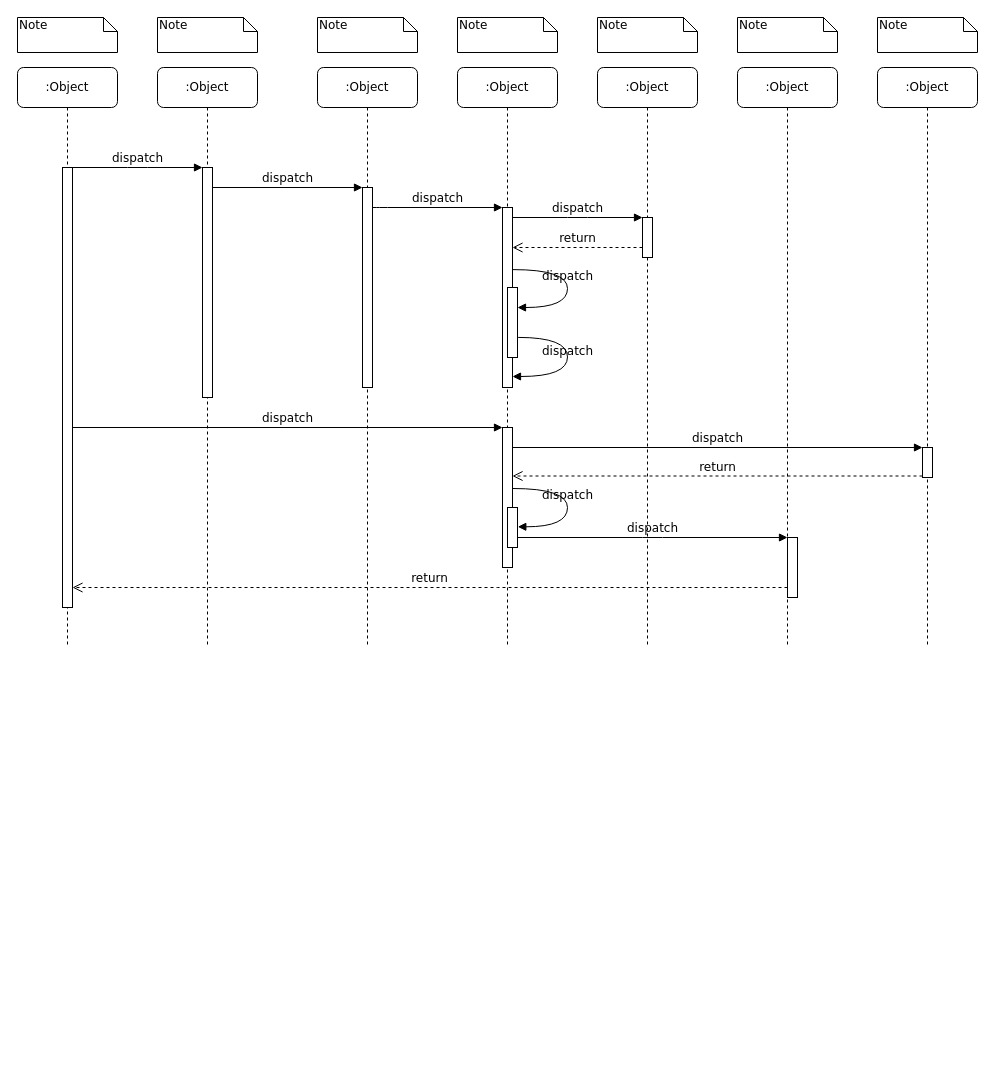
Before: sequence_chart.drawio in bincute/iAmReadingBook, a draw.io diagram. Source tidied: cells renumbered, new cells numbered last; positions are measured from the earlier drawing's top-left corner, leaving out a move shared by most shapes. Both pictures are drawn from the tidied source at 100%, with x=0, y=0 at pixel (17, 17).
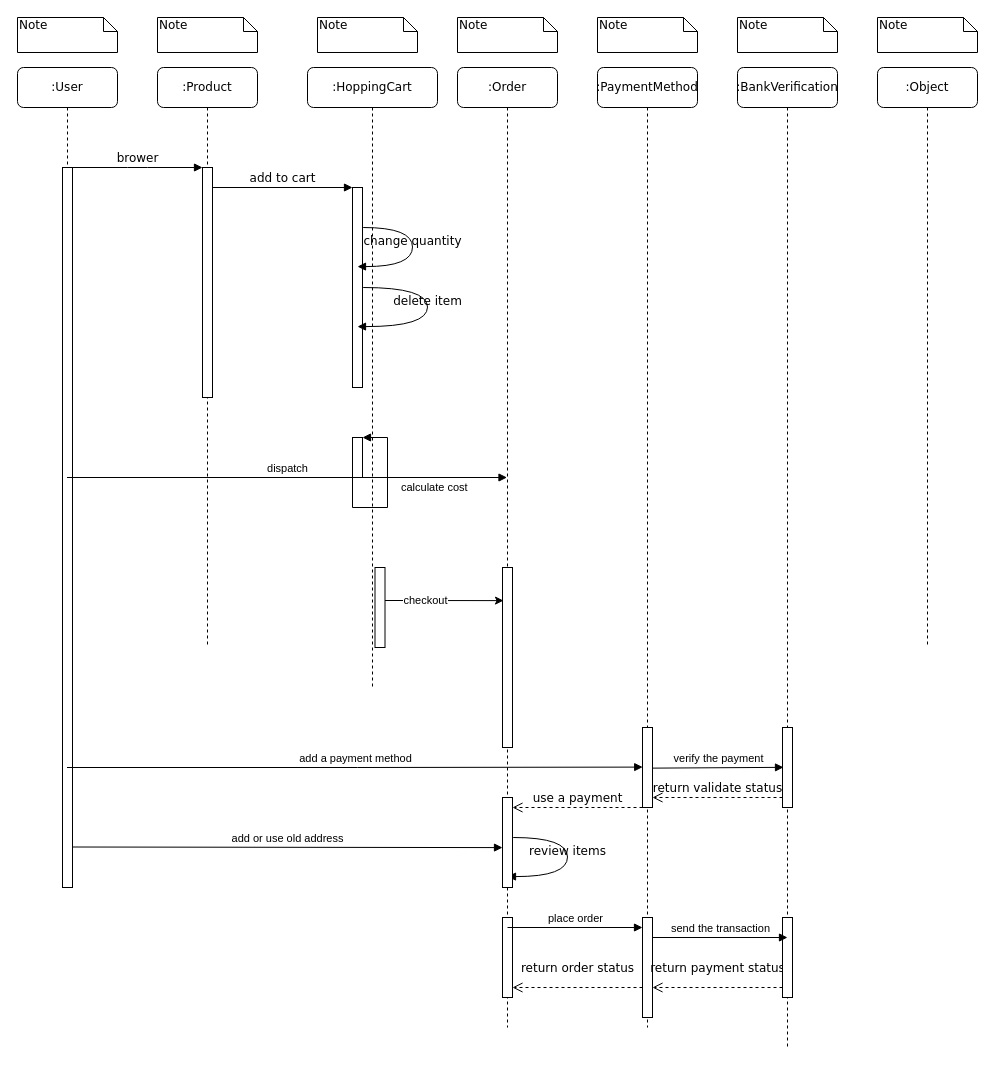
After the change.

The change refers to these unchanged cells:
```xml
<mxCell id="3" style="html=1;points=[];perimeter=orthogonalPerimeter;rounded=0;shadow=0;comic=0;labelBackgroundColor=none;strokeWidth=1;fontFamily=Verdana;fontSize=12;align=center;" parent="2" vertex="1">
  <mxGeometry x="45" y="100" width="10" height="230" as="geometry" />
</mxCell>
<mxCell id="5" style="html=1;points=[];perimeter=orthogonalPerimeter;rounded=0;shadow=0;comic=0;labelBackgroundColor=none;strokeWidth=1;fontFamily=Verdana;fontSize=12;align=center;" parent="4" vertex="1">
  <mxGeometry x="45" y="120" width="10" height="200" as="geometry" />
</mxCell>
```

Diff of the diagram source:
```diff
@@
-    <mxCell id="2" value=":Object" style="shape=umlLifeline;perimeter=lifelinePerimeter;whiteSpace=wrap;html=1;rounded=1;shadow=0;comic=0;labelBackgroundColor=none;strokeWidth=1;fontFamily=Verdana;fontSize=12;align=center;" parent="1" vertex="1">
+    <mxCell id="2" value=":Product" style="shape=umlLifeline;perimeter=lifelinePerimeter;whiteSpace=wrap;html=1;rounded=1;shadow=0;comic=0;labelBackgroundColor=none;strokeWidth=1;fontFamily=Verdana;fontSize=12;align=center;" parent="1" vertex="1">
       <mxGeometry x="140" y="50" width="100" height="580" as="geometry" />
     </mxCell>
@@
-    <mxCell id="4" value=":Object" style="shape=umlLifeline;perimeter=lifelinePerimeter;whiteSpace=wrap;html=1;rounded=1;shadow=0;comic=0;labelBackgroundColor=none;strokeWidth=1;fontFamily=Verdana;fontSize=12;align=center;" parent="1" vertex="1">
-      <mxGeometry x="300" y="50" width="100" height="580" as="geometry" />
+    <mxCell id="4" value=":HoppingCart&lt;br&gt;" style="shape=umlLifeline;perimeter=lifelinePerimeter;whiteSpace=wrap;html=1;rounded=1;shadow=0;comic=0;labelBackgroundColor=none;strokeWidth=1;fontFamily=Verdana;fontSize=12;align=center;" parent="1" vertex="1">
+      <mxGeometry x="290" y="50" width="130" height="620" as="geometry" />
     </mxCell>
@@
+    <mxCell id="39" style="html=1;points=[];perimeter=orthogonalPerimeter;" parent="4" vertex="1">
+      <mxGeometry x="45" y="370" width="10" height="40" as="geometry" />
+    </mxCell>
+    <mxCell id="40" value="calculate cost" style="edgeStyle=orthogonalEdgeStyle;html=1;align=left;spacingLeft=2;endArrow=block;rounded=0;" parent="4" edge="1" source="39" target="39">
+      <mxGeometry x="0.06" y="-10" relative="1" as="geometry">
+        <Array as="points">
+          <mxPoint x="45" y="440" />
+          <mxPoint x="80" y="440" />
+          <mxPoint x="80" y="370" />
+        </Array>
+      </mxGeometry>
+    </mxCell>
+    <mxCell id="41" value="delete item" style="html=1;verticalAlign=bottom;endArrow=block;labelBackgroundColor=none;fontFamily=Verdana;fontSize=12;elbow=vertical;edgeStyle=orthogonalEdgeStyle;curved=1;exitX=1.066;exitY=0.713;exitPerimeter=0;" parent="4" edge="1">
+      <mxGeometry relative="1" as="geometry">
+        <mxPoint x="55.7" y="220" as="sourcePoint" />
+        <mxPoint x="50" y="259.1" as="targetPoint" />
+        <Array as="points">
+          <mxPoint x="120" y="220" />
+          <mxPoint x="120" y="259" />
+        </Array>
+      </mxGeometry>
+    </mxCell>
+    <mxCell id="42" value="change quantity" style="html=1;verticalAlign=bottom;endArrow=block;labelBackgroundColor=none;fontFamily=Verdana;fontSize=12;elbow=vertical;edgeStyle=orthogonalEdgeStyle;curved=1;exitX=1.066;exitY=0.713;exitPerimeter=0;" parent="4" edge="1">
+      <mxGeometry relative="1" as="geometry">
+        <mxPoint x="55.7" y="160" as="sourcePoint" />
+        <mxPoint x="50" y="199.1" as="targetPoint" />
+        <Array as="points">
+          <mxPoint x="105" y="160.1" />
+          <mxPoint x="105" y="199.1" />
+        </Array>
+      </mxGeometry>
+    </mxCell>
+    <mxCell id="43" style="html=1;points=[];perimeter=orthogonalPerimeter;" parent="4" vertex="1">
+      <mxGeometry x="67.5" y="500" width="10" height="80" as="geometry" />
+    </mxCell>
-    <mxCell id="6" value=":Object" style="shape=umlLifeline;perimeter=lifelinePerimeter;whiteSpace=wrap;html=1;outlineConnect=0;rounded=1;shadow=0;comic=0;labelBackgroundColor=none;strokeWidth=1;fontFamily=Verdana;fontSize=12;align=center;" parent="1" vertex="1">
-      <mxGeometry x="440" y="50" width="100" height="580" as="geometry" />
+    <mxCell id="6" value=":Order" style="shape=umlLifeline;perimeter=lifelinePerimeter;whiteSpace=wrap;html=1;outlineConnect=0;rounded=1;shadow=0;comic=0;labelBackgroundColor=none;strokeWidth=1;fontFamily=Verdana;fontSize=12;align=center;" parent="1" vertex="1">
+      <mxGeometry x="440" y="50" width="100" height="960" as="geometry" />
     </mxCell>
+    <mxCell id="44" value="review items" style="html=1;verticalAlign=bottom;endArrow=block;labelBackgroundColor=none;fontFamily=Verdana;fontSize=12;elbow=vertical;edgeStyle=orthogonalEdgeStyle;curved=1;exitX=1.066;exitY=0.713;exitPerimeter=0;" parent="6" edge="1">
+      <mxGeometry relative="1" as="geometry">
+        <mxPoint x="55.7" y="770" as="sourcePoint" />
+        <mxPoint x="50" y="809.1" as="targetPoint" />
+        <Array as="points">
+          <mxPoint x="110" y="770" />
+          <mxPoint x="110" y="809" />
+        </Array>
+      </mxGeometry>
+    </mxCell>
+    <mxCell id="45" style="html=1;points=[];perimeter=orthogonalPerimeter;" parent="6" vertex="1">
+      <mxGeometry x="45" y="850" width="10" height="80" as="geometry" />
+    </mxCell>
-    <mxCell id="7" value=":Object" style="shape=umlLifeline;perimeter=lifelinePerimeter;whiteSpace=wrap;html=1;rounded=1;shadow=0;comic=0;labelBackgroundColor=none;strokeWidth=1;fontFamily=Verdana;fontSize=12;align=center;" parent="1" vertex="1">
-      <mxGeometry x="580" y="50" width="100" height="580" as="geometry" />
+    <mxCell id="7" value=":PaymentMethod" style="shape=umlLifeline;perimeter=lifelinePerimeter;whiteSpace=wrap;html=1;rounded=1;shadow=0;comic=0;labelBackgroundColor=none;strokeWidth=1;fontFamily=Verdana;fontSize=12;align=center;" parent="1" vertex="1">
+      <mxGeometry x="580" y="50" width="100" height="960" as="geometry" />
     </mxCell>
+    <mxCell id="46" style="html=1;points=[];perimeter=orthogonalPerimeter;" parent="7" vertex="1">
+      <mxGeometry x="45" y="850" width="10" height="100" as="geometry" />
+    </mxCell>
+    <mxCell id="47" style="html=1;points=[];perimeter=orthogonalPerimeter;" parent="7" vertex="1">
+      <mxGeometry x="45" y="660" width="10" height="80" as="geometry" />
+    </mxCell>
+    <mxCell id="48" value="return validate status" style="html=1;verticalAlign=bottom;endArrow=open;dashed=1;endSize=8;labelBackgroundColor=none;fontFamily=Verdana;fontSize=12;edgeStyle=elbowEdgeStyle;elbow=vertical;" parent="7" edge="1">
+      <mxGeometry relative="1" as="geometry">
+        <mxPoint x="185" y="730" as="sourcePoint" />
+        <mxPoint x="55" y="730" as="targetPoint" />
+        <Array as="points">
+          <mxPoint x="130" y="730" />
+          <mxPoint x="160" y="730" />
+        </Array>
+      </mxGeometry>
+    </mxCell>
+    <mxCell id="49" value="return payment status" style="html=1;verticalAlign=bottom;endArrow=open;dashed=1;endSize=8;labelBackgroundColor=none;fontFamily=Verdana;fontSize=12;edgeStyle=elbowEdgeStyle;elbow=vertical;" parent="7" edge="1">
+      <mxGeometry y="-10" relative="1" as="geometry">
+        <mxPoint x="185" y="920" as="sourcePoint" />
+        <mxPoint x="55" y="920" as="targetPoint" />
+        <Array as="points">
+          <mxPoint x="130" y="920" />
+          <mxPoint x="160" y="920" />
+        </Array>
+      </mxGeometry>
+    </mxCell>
-    <mxCell id="8" value=":Object" style="shape=umlLifeline;perimeter=lifelinePerimeter;whiteSpace=wrap;html=1;rounded=1;shadow=0;comic=0;labelBackgroundColor=none;strokeWidth=1;fontFamily=Verdana;fontSize=12;align=center;" parent="1" vertex="1">
-      <mxGeometry x="720" y="50" width="100" height="580" as="geometry" />
+    <mxCell id="8" value=":BankVerification" style="shape=umlLifeline;perimeter=lifelinePerimeter;whiteSpace=wrap;html=1;rounded=1;shadow=0;comic=0;labelBackgroundColor=none;strokeWidth=1;fontFamily=Verdana;fontSize=12;align=center;" parent="1" vertex="1">
+      <mxGeometry x="720" y="50" width="100" height="980" as="geometry" />
     </mxCell>
+    <mxCell id="50" style="html=1;points=[];perimeter=orthogonalPerimeter;" parent="8" vertex="1">
+      <mxGeometry x="45" y="660" width="10" height="80" as="geometry" />
+    </mxCell>
+    <mxCell id="51" style="html=1;points=[];perimeter=orthogonalPerimeter;" parent="8" vertex="1">
+      <mxGeometry x="45" y="850" width="10" height="80" as="geometry" />
+    </mxCell>
@@
-    <mxCell id="10" value=":Object" style="shape=umlLifeline;perimeter=lifelinePerimeter;whiteSpace=wrap;html=1;outlineConnect=0;rounded=1;shadow=0;comic=0;labelBackgroundColor=none;strokeWidth=1;fontFamily=Verdana;fontSize=12;align=center;" parent="1" vertex="1">
-      <mxGeometry y="50" width="100" height="580" as="geometry" />
+    <mxCell id="10" value=":User" style="shape=umlLifeline;perimeter=lifelinePerimeter;whiteSpace=wrap;html=1;outlineConnect=0;rounded=1;shadow=0;comic=0;labelBackgroundColor=none;strokeWidth=1;fontFamily=Verdana;fontSize=12;align=center;" parent="1" vertex="1">
+      <mxGeometry y="50" width="100" height="820" as="geometry" />
     </mxCell>
     <mxCell id="11" style="html=1;points=[];perimeter=orthogonalPerimeter;rounded=0;shadow=0;comic=0;labelBackgroundColor=none;strokeWidth=1;fontFamily=Verdana;fontSize=12;align=center;" parent="10" vertex="1">
-      <mxGeometry x="45" y="100" width="10" height="440" as="geometry" />
+      <mxGeometry x="45" y="100" width="10" height="720" as="geometry" />
     </mxCell>
     <mxCell id="12" style="html=1;points=[];perimeter=orthogonalPerimeter;rounded=0;shadow=0;comic=0;labelBackgroundColor=none;strokeWidth=1;fontFamily=Verdana;fontSize=12;align=center;" parent="1" vertex="1">
-      <mxGeometry x="485" y="190" width="10" height="180" as="geometry" />
+      <mxGeometry x="485" y="550" width="10" height="180" as="geometry" />
     </mxCell>
-    <mxCell id="13" value="dispatch" style="html=1;verticalAlign=bottom;endArrow=block;labelBackgroundColor=none;fontFamily=Verdana;fontSize=12;edgeStyle=elbowEdgeStyle;elbow=vertical;" parent="1" edge="1" source="5" target="12">
-      <mxGeometry relative="1" as="geometry">
-        <Array as="points">
-          <mxPoint x="360" y="190" />
-        </Array>
-      </mxGeometry>
-    </mxCell>
-    <mxCell id="14" style="html=1;points=[];perimeter=orthogonalPerimeter;rounded=0;shadow=0;comic=0;labelBackgroundColor=none;strokeWidth=1;fontFamily=Verdana;fontSize=12;align=center;" parent="1" vertex="1">
-      <mxGeometry x="625" y="200" width="10" height="40" as="geometry" />
-    </mxCell>
-    <mxCell id="15" value="dispatch" style="html=1;verticalAlign=bottom;endArrow=block;entryX=0;entryY=0;labelBackgroundColor=none;fontFamily=Verdana;fontSize=12;edgeStyle=elbowEdgeStyle;elbow=vertical;" parent="1" edge="1" source="12" target="14">
-      <mxGeometry relative="1" as="geometry" />
-    </mxCell>
-    <mxCell id="16" value="return" style="html=1;verticalAlign=bottom;endArrow=open;dashed=1;endSize=8;labelBackgroundColor=none;fontFamily=Verdana;fontSize=12;edgeStyle=elbowEdgeStyle;elbow=vertical;" parent="1" edge="1" source="14" target="12">
-      <mxGeometry relative="1" as="geometry">
-        <Array as="points">
-          <mxPoint x="570" y="230" />
-          <mxPoint x="600" y="230" />
-        </Array>
-      </mxGeometry>
-    </mxCell>
-    <mxCell id="17" style="html=1;points=[];perimeter=orthogonalPerimeter;rounded=0;shadow=0;comic=0;labelBackgroundColor=none;strokeWidth=1;fontFamily=Verdana;fontSize=12;align=center;" parent="1" vertex="1">
-      <mxGeometry x="485" y="410" width="10" height="140" as="geometry" />
-    </mxCell>
-    <mxCell id="18" value="dispatch" style="html=1;verticalAlign=bottom;endArrow=block;entryX=0;entryY=0;labelBackgroundColor=none;fontFamily=Verdana;fontSize=12;" parent="1" edge="1" source="11" target="17">
-      <mxGeometry relative="1" as="geometry" />
-    </mxCell>
-    <mxCell id="19" style="html=1;points=[];perimeter=orthogonalPerimeter;rounded=0;shadow=0;comic=0;labelBackgroundColor=none;strokeColor=#000000;strokeWidth=1;fillColor=#FFFFFF;fontFamily=Verdana;fontSize=12;fontColor=#000000;align=center;" parent="1" vertex="1">
-      <mxGeometry x="905" y="430" width="10" height="30" as="geometry" />
-    </mxCell>
-    <mxCell id="20" value="dispatch" style="html=1;verticalAlign=bottom;endArrow=block;entryX=0;entryY=0;labelBackgroundColor=none;fontFamily=Verdana;fontSize=12;" parent="1" edge="1" source="17" target="19">
-      <mxGeometry relative="1" as="geometry" />
-    </mxCell>
-    <mxCell id="21" value="return" style="html=1;verticalAlign=bottom;endArrow=open;dashed=1;endSize=8;exitX=0;exitY=0.95;labelBackgroundColor=none;fontFamily=Verdana;fontSize=12;" parent="1" edge="1" source="19" target="17">
-      <mxGeometry relative="1" as="geometry" />
-    </mxCell>
-    <mxCell id="22" style="html=1;points=[];perimeter=orthogonalPerimeter;rounded=0;shadow=0;comic=0;labelBackgroundColor=none;strokeWidth=1;fontFamily=Verdana;fontSize=12;align=center;" parent="1" vertex="1">
-      <mxGeometry x="770" y="520" width="10" height="60" as="geometry" />
-    </mxCell>
-    <mxCell id="23" value="dispatch" style="html=1;verticalAlign=bottom;endArrow=block;entryX=0;entryY=0;labelBackgroundColor=none;fontFamily=Verdana;fontSize=12;edgeStyle=elbowEdgeStyle;elbow=vertical;" parent="1" edge="1" source="30" target="22">
-      <mxGeometry relative="1" as="geometry" />
-    </mxCell>
-    <mxCell id="24" value="return" style="html=1;verticalAlign=bottom;endArrow=open;dashed=1;endSize=8;labelBackgroundColor=none;fontFamily=Verdana;fontSize=12;edgeStyle=elbowEdgeStyle;elbow=vertical;" parent="1" edge="1" source="22" target="11">
-      <mxGeometry relative="1" as="geometry">
-        <Array as="points">
-          <mxPoint x="470" y="570" />
-        </Array>
-      </mxGeometry>
-    </mxCell>
-    <mxCell id="25" value="dispatch" style="html=1;verticalAlign=bottom;endArrow=block;entryX=0;entryY=0;labelBackgroundColor=none;fontFamily=Verdana;fontSize=12;edgeStyle=elbowEdgeStyle;elbow=vertical;" parent="1" edge="1" source="11" target="3">
+    <mxCell id="25" value="brower" style="html=1;verticalAlign=bottom;endArrow=block;entryX=0;entryY=0;labelBackgroundColor=none;fontFamily=Verdana;fontSize=12;edgeStyle=elbowEdgeStyle;elbow=vertical;" parent="1" edge="1" source="11" target="3">
       <mxGeometry relative="1" as="geometry" />
     </mxCell>
-    <mxCell id="26" value="dispatch" style="html=1;verticalAlign=bottom;endArrow=block;entryX=0;entryY=0;labelBackgroundColor=none;fontFamily=Verdana;fontSize=12;edgeStyle=elbowEdgeStyle;elbow=vertical;" parent="1" edge="1" source="3" target="5">
+    <mxCell id="26" value="add to cart" style="html=1;verticalAlign=bottom;endArrow=block;entryX=0;entryY=0;labelBackgroundColor=none;fontFamily=Verdana;fontSize=12;edgeStyle=elbowEdgeStyle;elbow=vertical;" parent="1" edge="1" source="3" target="5">
       <mxGeometry relative="1" as="geometry" />
     </mxCell>
-    <mxCell id="27" style="html=1;points=[];perimeter=orthogonalPerimeter;rounded=0;shadow=0;comic=0;labelBackgroundColor=none;strokeWidth=1;fontFamily=Verdana;fontSize=12;align=center;" parent="1" vertex="1">
-      <mxGeometry x="490" y="270" width="10" height="70" as="geometry" />
-    </mxCell>
-    <mxCell id="28" value="dispatch" style="html=1;verticalAlign=bottom;endArrow=block;labelBackgroundColor=none;fontFamily=Verdana;fontSize=12;elbow=vertical;edgeStyle=orthogonalEdgeStyle;curved=1;entryX=1;entryY=0.286;entryPerimeter=0;exitX=1.038;exitY=0.345;exitPerimeter=0;" parent="1" edge="1" source="12" target="27">
-      <mxGeometry relative="1" as="geometry">
-        <Array as="points">
-          <mxPoint x="550" y="252" />
-          <mxPoint x="550" y="290" />
-        </Array>
-      </mxGeometry>
-    </mxCell>
-    <mxCell id="29" value="dispatch" style="html=1;verticalAlign=bottom;endArrow=block;labelBackgroundColor=none;fontFamily=Verdana;fontSize=12;elbow=vertical;edgeStyle=orthogonalEdgeStyle;curved=1;exitX=1.066;exitY=0.713;exitPerimeter=0;" parent="1" edge="1" source="27">
-      <mxGeometry relative="1" as="geometry">
-        <mxPoint x="495" y="359" as="targetPoint" />
-        <Array as="points">
-          <mxPoint x="550" y="320" />
-          <mxPoint x="550" y="359" />
-        </Array>
-      </mxGeometry>
-    </mxCell>
-    <mxCell id="30" style="html=1;points=[];perimeter=orthogonalPerimeter;rounded=0;shadow=0;comic=0;labelBackgroundColor=none;strokeWidth=1;fontFamily=Verdana;fontSize=12;align=center;" parent="1" vertex="1">
-      <mxGeometry x="490" y="490" width="10" height="40" as="geometry" />
-    </mxCell>
-    <mxCell id="31" value="dispatch" style="html=1;verticalAlign=bottom;endArrow=block;labelBackgroundColor=none;fontFamily=Verdana;fontSize=12;elbow=vertical;edgeStyle=orthogonalEdgeStyle;curved=1;entryX=1;entryY=0.286;entryPerimeter=0;exitX=1.038;exitY=0.345;exitPerimeter=0;" parent="1" edge="1">
-      <mxGeometry relative="1" as="geometry">
-        <mxPoint x="495.3" y="471" as="sourcePoint" />
-        <mxPoint x="500.3" y="509.3" as="targetPoint" />
-        <Array as="points">
-          <mxPoint x="550" y="471" />
-          <mxPoint x="550" y="509" />
-        </Array>
-      </mxGeometry>
-    </mxCell>
@@
+    <mxCell id="52" style="edgeStyle=orthogonalEdgeStyle;rounded=0;jettySize=auto;html=1;entryX=0.1;entryY=0.184;entryDx=0;entryDy=0;entryPerimeter=0;" parent="1" edge="1" source="43" target="12">
+      <mxGeometry relative="1" as="geometry">
+        <Array as="points">
+          <mxPoint x="400" y="583" />
+          <mxPoint x="400" y="583" />
+        </Array>
+      </mxGeometry>
+    </mxCell>
+    <mxCell id="53" value="checkout" style="edgeLabel;html=1;align=center;verticalAlign=middle;" parent="52" vertex="1">
+      <mxGeometry x="-0.33" y="1" relative="1" as="geometry" />
+    </mxCell>
+    <mxCell id="54" style="html=1;perimeter=orthogonalPerimeter;" parent="1" vertex="1">
+      <mxGeometry x="485" y="780" width="10" height="90" as="geometry" />
+    </mxCell>
+    <mxCell id="55" value="dispatch" style="html=1;verticalAlign=bottom;endArrow=block;rounded=0;" parent="1" edge="1" source="10" target="6">
+      <mxGeometry relative="1" as="geometry" />
+    </mxCell>
+    <mxCell id="56" value="add a payment method" style="html=1;verticalAlign=bottom;endArrow=block;rounded=0;entryX=0.02;entryY=0.495;entryDx=0;entryDy=0;entryPerimeter=0;" parent="1" edge="1" source="10" target="47">
+      <mxGeometry relative="1" as="geometry">
+        <Array as="points">
+          <mxPoint x="340" y="750" />
+        </Array>
+      </mxGeometry>
+    </mxCell>
+    <mxCell id="57" value="add or use old address" style="html=1;verticalAlign=bottom;endArrow=block;rounded=0;exitX=0.98;exitY=0.888;exitDx=0;exitDy=0;exitPerimeter=0;" parent="1" edge="1">
+      <mxGeometry relative="1" as="geometry">
+        <mxPoint x="54.8" y="829.5" as="sourcePoint" />
+        <mxPoint x="485" y="830.1" as="targetPoint" />
+      </mxGeometry>
+    </mxCell>
+    <mxCell id="58" value="place order" style="html=1;verticalAlign=bottom;endArrow=block;rounded=0;exitX=0.5;exitY=0.125;exitDx=0;exitDy=0;exitPerimeter=0;" parent="1" edge="1" source="45" target="46">
+      <mxGeometry relative="1" as="geometry" />
+    </mxCell>
+    <mxCell id="59" value="use a payment" style="html=1;verticalAlign=bottom;endArrow=open;dashed=1;endSize=8;labelBackgroundColor=none;fontFamily=Verdana;fontSize=12;edgeStyle=elbowEdgeStyle;elbow=vertical;" parent="1" edge="1">
+      <mxGeometry relative="1" as="geometry">
+        <mxPoint x="625" y="790" as="sourcePoint" />
+        <mxPoint x="495" y="790" as="targetPoint" />
+        <Array as="points">
+          <mxPoint x="570" y="790" />
+          <mxPoint x="600" y="790" />
+        </Array>
+      </mxGeometry>
+    </mxCell>
+    <mxCell id="60" value="verify the payment" style="html=1;verticalAlign=bottom;endArrow=block;rounded=0;entryX=0.1;entryY=0.498;entryDx=0;entryDy=0;entryPerimeter=0;exitX=0.98;exitY=0.508;exitDx=0;exitDy=0;exitPerimeter=0;" parent="1" edge="1" source="47" target="50">
+      <mxGeometry relative="1" as="geometry" />
+    </mxCell>
+    <mxCell id="61" value="send the transaction" style="html=1;verticalAlign=bottom;endArrow=block;rounded=0;entryX=0.5;entryY=0.25;entryDx=0;entryDy=0;entryPerimeter=0;" parent="1" edge="1" target="51">
+      <mxGeometry relative="1" as="geometry">
+        <mxPoint x="635" y="920" as="sourcePoint" />
+      </mxGeometry>
+    </mxCell>
+    <mxCell id="62" value="return order status" style="html=1;verticalAlign=bottom;endArrow=open;dashed=1;endSize=8;labelBackgroundColor=none;fontFamily=Verdana;fontSize=12;edgeStyle=elbowEdgeStyle;elbow=vertical;" parent="1" edge="1">
+      <mxGeometry y="-10" relative="1" as="geometry">
+        <mxPoint x="625" y="970" as="sourcePoint" />
+        <mxPoint x="495" y="970" as="targetPoint" />
+        <Array as="points">
+          <mxPoint x="570" y="970" />
+          <mxPoint x="600" y="970" />
+        </Array>
+      </mxGeometry>
+    </mxCell>
```
